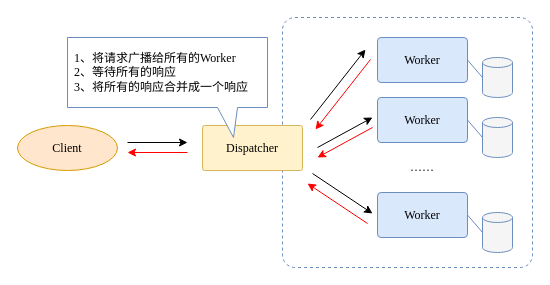
Before: page "ScatterAndGather" (2 of 8) of _Resource/ScalableSystemDesignPatterns/ScalableSystemDesignPatterns.drawio in wangmu89/ReadingNotes, a draw.io diagram. Source tidied: cells renumbered, new cells numbered last; positions are measured from the earlier drawing's top-left corner, leaving out a move shared by most shapes. Both pictures are drawn from the tidied source at 100%, with x=0, y=0 at pixel (17, 17).
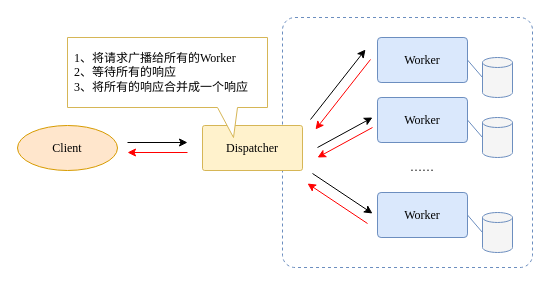
Above is the later version.

The edit, as a diff of the source:
```diff
@@
-    <mxCell id="19" style="shape=callout;whiteSpace=wrap;html=1;perimeter=calloutPerimeter;shadow=0;fontFamily=Times New Roman;strokeColor=#6C8EBF;size=30;position=0.75;position2=0.83;" parent="1" vertex="1">
+    <mxCell id="19" style="shape=callout;whiteSpace=wrap;html=1;perimeter=calloutPerimeter;shadow=0;fontFamily=Times New Roman;strokeColor=#d6b656;size=30;position=0.75;position2=0.83;fillColor=default;" parent="1" vertex="1">
       <mxGeometry x="50" y="20" width="200" height="100" as="geometry" />
     </mxCell>
```
